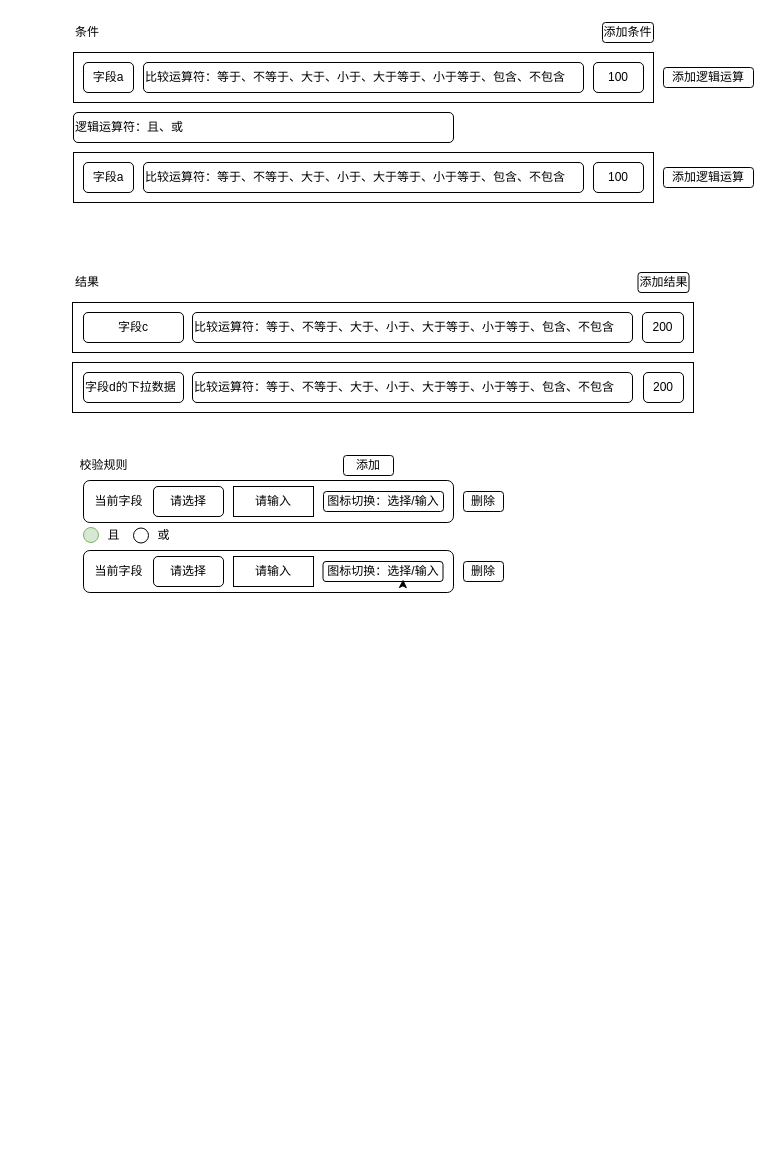
Before: drawio/demo.drawio in bin-9527/pms-prd, a draw.io diagram. Source tidied: cells renumbered, new cells numbered last; positions are measured from the earlier drawing's top-left corner, leaving out a move shared by most shapes. Both pictures are drawn from the tidied source at 100%, with x=0, y=0 at pixel (68, 17).
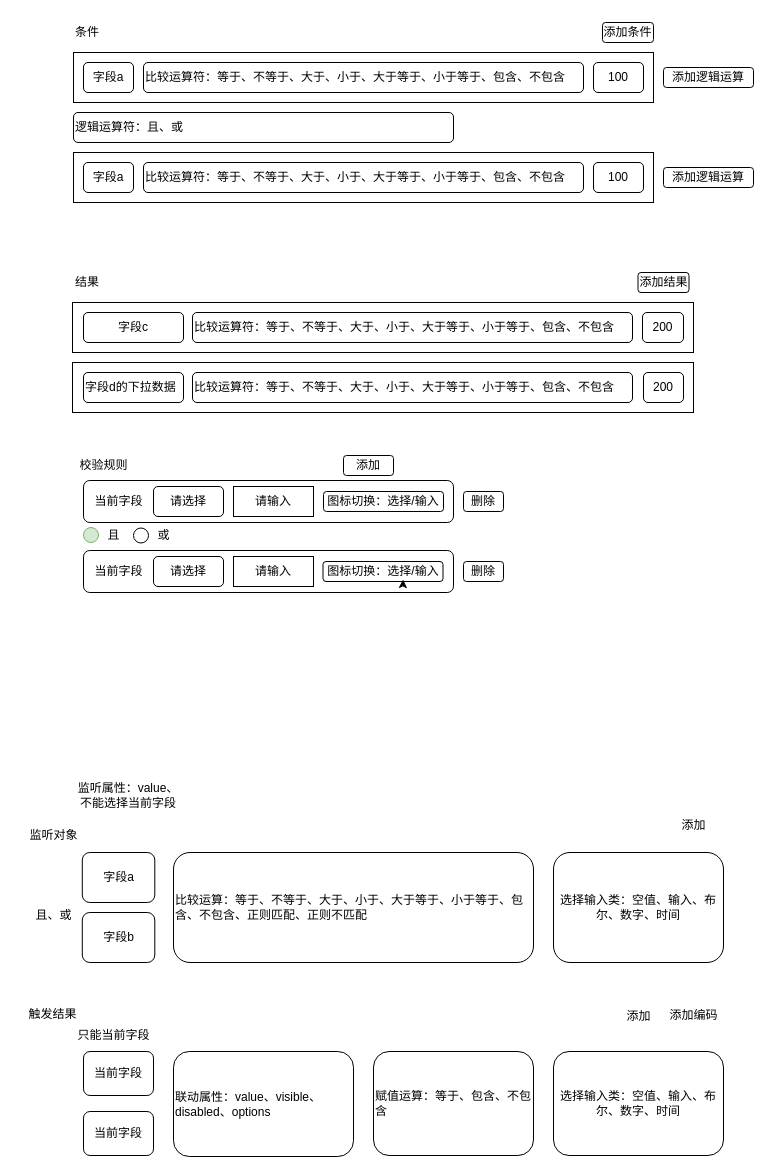
The same diagram, later.

Diff of the diagram source:
```diff
@@
+    <mxCell id="44" value="字段a" style="rounded=1;whiteSpace=wrap;html=1;" parent="1" vertex="1">
+      <mxGeometry x="13.8" y="835" width="72.5" height="50" as="geometry" />
+    </mxCell>
+    <mxCell id="45" value="当前字段" style="rounded=1;whiteSpace=wrap;html=1;" parent="1" vertex="1">
+      <mxGeometry x="15" y="1034" width="70" height="44" as="geometry" />
+    </mxCell>
+    <mxCell id="46" value="联动属性：value、visible、disabled、options" style="rounded=1;whiteSpace=wrap;html=1;align=left;" parent="1" vertex="1">
+      <mxGeometry x="105" y="1034" width="180" height="105" as="geometry" />
+    </mxCell>
+    <mxCell id="47" value="字段b" style="rounded=1;whiteSpace=wrap;html=1;" parent="1" vertex="1">
+      <mxGeometry x="13.8" y="895" width="72.5" height="50" as="geometry" />
+    </mxCell>
+    <mxCell id="48" value="当前字段" style="rounded=1;whiteSpace=wrap;html=1;" parent="1" vertex="1">
+      <mxGeometry x="15" y="1094" width="70" height="44" as="geometry" />
+    </mxCell>
+    <mxCell id="49" value="监听对象" style="text;html=1;align=center;verticalAlign=middle;strokeColor=none;fillColor=none;" parent="1" vertex="1">
+      <mxGeometry x="-50" y="803" width="70" height="30" as="geometry" />
+    </mxCell>
+    <mxCell id="50" value="触发结果" style="text;html=1;align=center;verticalAlign=middle;strokeColor=none;fillColor=none;" parent="1" vertex="1">
+      <mxGeometry x="-51" y="982" width="70" height="30" as="geometry" />
+    </mxCell>
+    <mxCell id="51" value="比较运算：等于、不等于、大于、小于、大于等于、小于等于、包含、不包含、正则匹配、正则不匹配" style="rounded=1;whiteSpace=wrap;html=1;align=left;" parent="1" vertex="1">
+      <mxGeometry x="105" y="835" width="360" height="110" as="geometry" />
+    </mxCell>
+    <mxCell id="52" value="选择输入类：空值、输入、布尔、数字、时间" style="rounded=1;whiteSpace=wrap;html=1;" parent="1" vertex="1">
+      <mxGeometry x="485" y="835" width="170" height="110" as="geometry" />
+    </mxCell>
+    <mxCell id="53" value="赋值运算：等于、包含、不包含" style="rounded=1;whiteSpace=wrap;html=1;align=left;" parent="1" vertex="1">
+      <mxGeometry x="305" y="1034" width="160" height="104" as="geometry" />
+    </mxCell>
+    <mxCell id="54" value="选择输入类：空值、输入、布尔、数字、时间" style="rounded=1;whiteSpace=wrap;html=1;" parent="1" vertex="1">
+      <mxGeometry x="485" y="1034" width="170" height="104" as="geometry" />
+    </mxCell>
+    <mxCell id="55" value="添加" style="text;html=1;align=center;verticalAlign=middle;strokeColor=none;fillColor=none;" parent="1" vertex="1">
+      <mxGeometry x="600" y="793" width="50" height="30" as="geometry" />
+    </mxCell>
+    <mxCell id="56" value="添加" style="text;html=1;align=center;verticalAlign=middle;strokeColor=none;fillColor=none;" parent="1" vertex="1">
+      <mxGeometry x="545" y="984" width="50" height="30" as="geometry" />
+    </mxCell>
+    <mxCell id="57" value="且、或" style="text;html=1;align=center;verticalAlign=middle;strokeColor=none;fillColor=none;" parent="1" vertex="1">
+      <mxGeometry x="-45" y="883" width="60" height="30" as="geometry" />
+    </mxCell>
+    <mxCell id="58" value="&lt;span style=&quot;text-align: left;&quot;&gt;监听属性：value、不能选择当前字段&lt;/span&gt;" style="text;html=1;align=center;verticalAlign=middle;whiteSpace=wrap;rounded=0;" parent="1" vertex="1">
+      <mxGeometry x="5" y="763" width="110" height="30" as="geometry" />
+    </mxCell>
+    <mxCell id="59" value="添加编码" style="text;html=1;align=center;verticalAlign=middle;strokeColor=none;fillColor=none;" parent="1" vertex="1">
+      <mxGeometry x="590" y="983" width="70" height="30" as="geometry" />
+    </mxCell>
+    <mxCell id="60" value="只能当前字段" style="text;html=1;align=center;verticalAlign=middle;strokeColor=none;fillColor=none;" parent="1" vertex="1">
+      <mxGeometry x="-5" y="1003" width="100" height="30" as="geometry" />
+    </mxCell>
```
